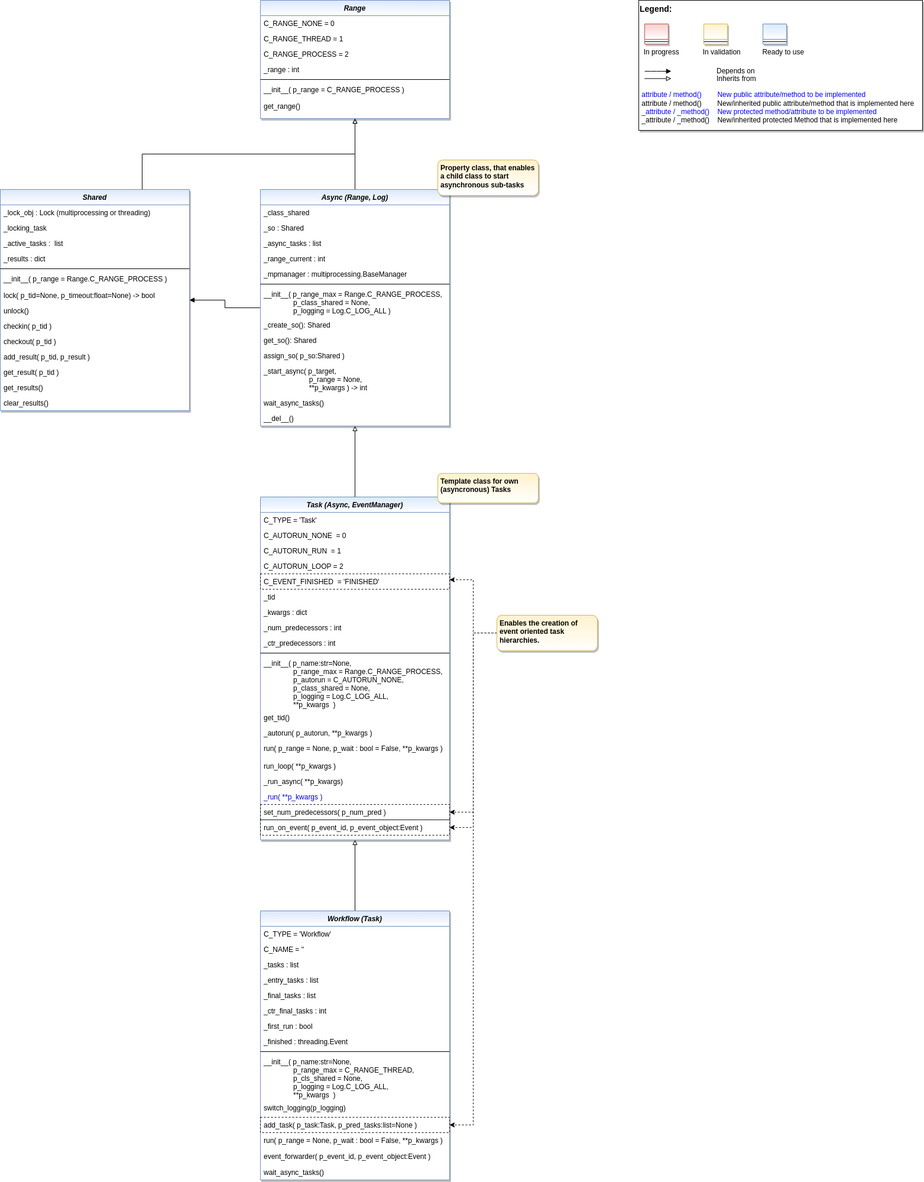
Earlier version of the draw.io export doc/rtd/content/append2/core/images/bf/MLPro-BF-MT_class_diagram.drawio.png (fhswf/MLPro). Source tidied: cells renumbered, new cells last; positions are measured from the earlier drawing's top-left corner, leaving out a move shared by most shapes.
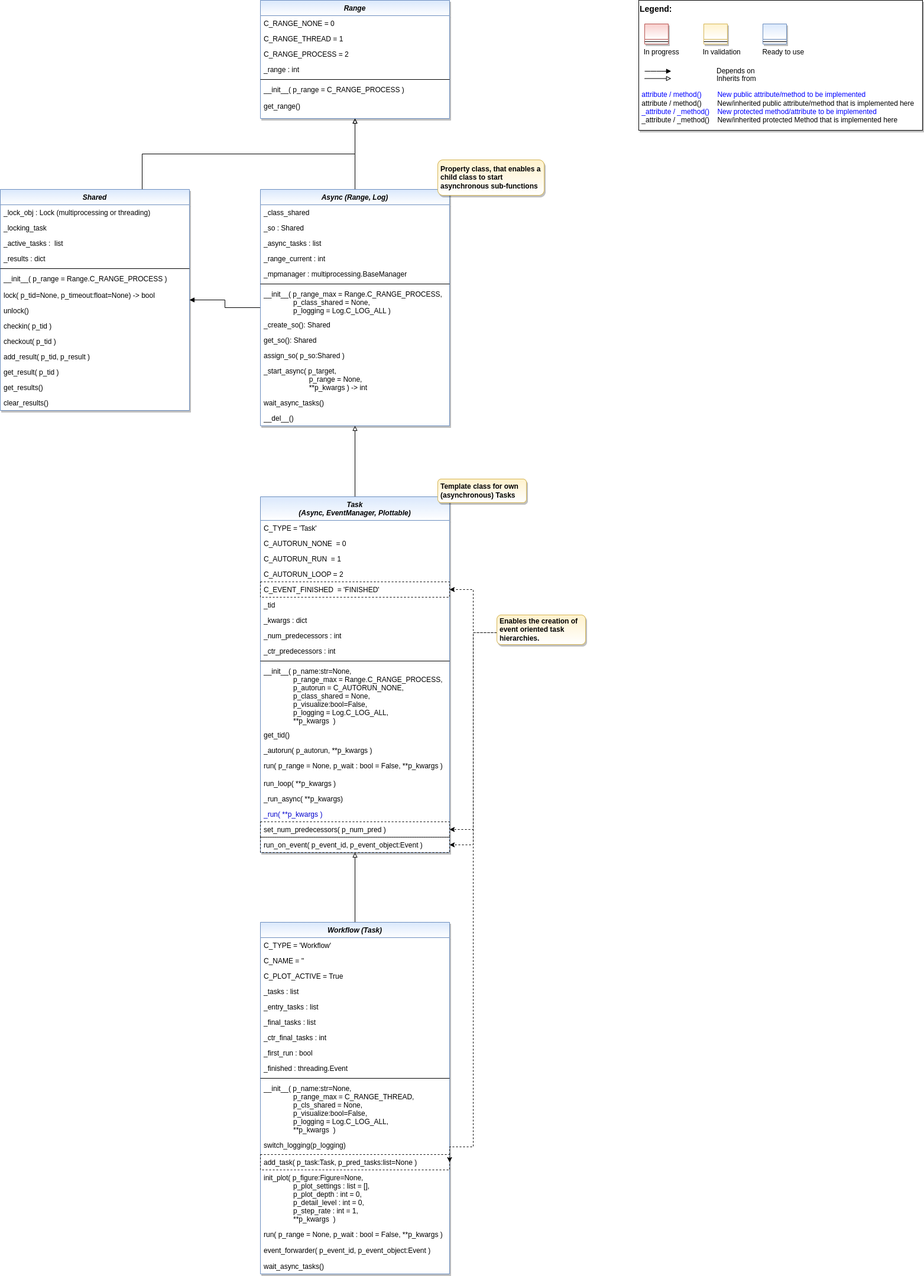
After the commit.

Commit message:
BF-Streams: Howto 001 - Stream-Tasks, -Workflows, -Scenarios #483 BF-Streams: New classes StreamTask, StreamWorkflow, StreamScenario #484

What changed in the source:
```diff
@@ -144,77 +144,77 @@
     <mxCell id="43" value="__del__()" style="text;align=left;verticalAlign=top;spacingLeft=4;spacingRight=4;overflow=hidden;fontColor=default;" parent="30" vertex="1">
       <mxGeometry y="374" width="320" height="26" as="geometry" />
     </mxCell>
-    <mxCell id="44" value="Property class, that enables a child class to start asynchronous sub-tasks" style="rounded=1;whiteSpace=wrap;html=1;fillColor=#fff2cc;strokeColor=#d6b656;shadow=1;gradientColor=#ffffff;fontStyle=1;align=left;verticalAlign=top;spacingRight=3;spacingLeft=3;" parent="1" vertex="1">
-      <mxGeometry x="740" y="270" width="170" height="60" as="geometry" />
+    <mxCell id="44" value="Property class, that enables a child class to start asynchronous sub-functions" style="rounded=1;whiteSpace=wrap;html=1;fillColor=#fff2cc;strokeColor=#d6b656;shadow=1;gradientColor=#ffffff;fontStyle=1;align=left;verticalAlign=middle;spacingRight=3;spacingLeft=3;" parent="1" vertex="1">
+      <mxGeometry x="740" y="270" width="180" height="60" as="geometry" />
     </mxCell>
     <mxCell id="45" style="edgeStyle=orthogonalEdgeStyle;rounded=0;jettySize=auto;html=1;fontColor=#0000CC;endArrow=block;endFill=0;" parent="1" edge="1" source="46" target="30">
       <mxGeometry relative="1" as="geometry" />
     </mxCell>
-    <mxCell id="46" value="Task (Async, EventManager)" style="swimlane;fontStyle=3;align=center;verticalAlign=top;horizontal=1;startSize=26;rounded=0;shadow=1;strokeWidth=1;fillColor=#dae8fc;strokeColor=#6c8ebf;glass=0;swimlaneFillColor=#ffffff;gradientColor=#FFFFFF;" parent="1" vertex="1">
-      <mxGeometry x="440" y="840" width="320" height="580" as="geometry" />
+    <mxCell id="46" value="Task &#10;(Async, EventManager, Plottable)" style="swimlane;fontStyle=3;align=center;verticalAlign=top;horizontal=1;startSize=40;rounded=0;shadow=1;strokeWidth=1;fillColor=#dae8fc;strokeColor=#6c8ebf;glass=0;swimlaneFillColor=#ffffff;gradientColor=#FFFFFF;" parent="1" vertex="1">
+      <mxGeometry x="440" y="840" width="320" height="602" as="geometry" />
     </mxCell>
     <mxCell id="47" value="C_TYPE = 'Task'" style="text;align=left;verticalAlign=top;spacingLeft=4;spacingRight=4;overflow=hidden;" parent="46" vertex="1">
-      <mxGeometry y="26" width="320" height="26" as="geometry" />
+      <mxGeometry y="40" width="320" height="26" as="geometry" />
     </mxCell>
     <mxCell id="48" value="C_AUTORUN_NONE  = 0" style="text;align=left;verticalAlign=top;spacingLeft=4;spacingRight=4;overflow=hidden;" parent="46" vertex="1">
-      <mxGeometry y="52" width="320" height="26" as="geometry" />
+      <mxGeometry y="66" width="320" height="26" as="geometry" />
     </mxCell>
     <mxCell id="49" value="C_AUTORUN_RUN  = 1" style="text;align=left;verticalAlign=top;spacingLeft=4;spacingRight=4;overflow=hidden;" parent="46" vertex="1">
-      <mxGeometry y="78" width="320" height="26" as="geometry" />
+      <mxGeometry y="92" width="320" height="26" as="geometry" />
     </mxCell>
     <mxCell id="50" value="C_AUTORUN_LOOP = 2" style="text;align=left;verticalAlign=top;spacingLeft=4;spacingRight=4;overflow=hidden;" parent="46" vertex="1">
-      <mxGeometry y="104" width="320" height="26" as="geometry" />
+      <mxGeometry y="118" width="320" height="26" as="geometry" />
     </mxCell>
     <mxCell id="51" value="C_EVENT_FINISHED  = 'FINISHED'" style="text;align=left;verticalAlign=top;spacingLeft=4;spacingRight=4;overflow=hidden;points=[[0,0.5],[1,0.5]];portConstraint=eastwest;strokeColor=default;dashed=1;" parent="46" vertex="1">
-      <mxGeometry y="130" width="320" height="26" as="geometry" />
+      <mxGeometry y="144" width="320" height="26" as="geometry" />
     </mxCell>
     <mxCell id="52" value="_tid" style="text;align=left;verticalAlign=top;spacingLeft=4;spacingRight=4;overflow=hidden;" parent="46" vertex="1">
-      <mxGeometry y="156" width="320" height="26" as="geometry" />
+      <mxGeometry y="170" width="320" height="26" as="geometry" />
     </mxCell>
     <mxCell id="53" value="_kwargs : dict" style="text;align=left;verticalAlign=top;spacingLeft=4;spacingRight=4;overflow=hidden;" parent="46" vertex="1">
-      <mxGeometry y="182" width="320" height="26" as="geometry" />
+      <mxGeometry y="196" width="320" height="26" as="geometry" />
     </mxCell>
     <mxCell id="54" value="_num_predecessors : int" style="text;align=left;verticalAlign=top;spacingLeft=4;spacingRight=4;overflow=hidden;" parent="46" vertex="1">
-      <mxGeometry y="208" width="320" height="26" as="geometry" />
+      <mxGeometry y="222" width="320" height="26" as="geometry" />
     </mxCell>
     <mxCell id="55" value="_ctr_predecessors : int" style="text;align=left;verticalAlign=top;spacingLeft=4;spacingRight=4;overflow=hidden;" parent="46" vertex="1">
-      <mxGeometry y="234" width="320" height="26" as="geometry" />
+      <mxGeometry y="248" width="320" height="26" as="geometry" />
     </mxCell>
     <mxCell id="56" style="line;html=1;strokeWidth=1;align=left;verticalAlign=middle;spacingTop=-1;spacingLeft=3;spacingRight=3;labelPosition=right;" parent="46" vertex="1">
-      <mxGeometry y="260" width="320" height="8" as="geometry" />
+      <mxGeometry y="274" width="320" height="8" as="geometry" />
     </mxCell>
-    <mxCell id="57" value="__init__( p_name:str=None, &#10;               p_range_max = Range.C_RANGE_PROCESS,&#10;               p_autorun = C_AUTORUN_NONE,&#10;               p_class_shared = None,&#10;               p_logging = Log.C_LOG_ALL,&#10;               **p_kwargs  )" style="text;align=left;verticalAlign=top;spacingLeft=4;spacingRight=4;overflow=hidden;fontColor=default;" parent="46" vertex="1">
-      <mxGeometry y="268" width="320" height="92" as="geometry" />
+    <mxCell id="57" value="__init__( p_name:str=None, &#10;               p_range_max = Range.C_RANGE_PROCESS,&#10;               p_autorun = C_AUTORUN_NONE,&#10;               p_class_shared = None,&#10;               p_visualize:bool=False,&#10;               p_logging = Log.C_LOG_ALL,&#10;               **p_kwargs  )" style="text;align=left;verticalAlign=top;spacingLeft=4;spacingRight=4;overflow=hidden;fontColor=default;" parent="46" vertex="1">
+      <mxGeometry y="282" width="320" height="108" as="geometry" />
     </mxCell>
     <mxCell id="58" value="get_tid()" style="text;align=left;verticalAlign=top;spacingLeft=4;spacingRight=4;overflow=hidden;fontColor=default;" parent="46" vertex="1">
-      <mxGeometry y="360" width="320" height="26" as="geometry" />
+      <mxGeometry y="390" width="320" height="26" as="geometry" />
     </mxCell>
     <mxCell id="59" value="_autorun( p_autorun, **p_kwargs )" style="text;align=left;verticalAlign=top;spacingLeft=4;spacingRight=4;overflow=hidden;fontColor=default;" parent="46" vertex="1">
-      <mxGeometry y="386" width="320" height="26" as="geometry" />
+      <mxGeometry y="416" width="320" height="26" as="geometry" />
     </mxCell>
     <mxCell id="60" value="run( p_range = None, p_wait : bool = False, **p_kwargs )" style="text;align=left;verticalAlign=top;spacingLeft=4;spacingRight=4;overflow=hidden;fontColor=default;" parent="46" vertex="1">
-      <mxGeometry y="412" width="320" height="30" as="geometry" />
+      <mxGeometry y="442" width="320" height="30" as="geometry" />
     </mxCell>
     <mxCell id="61" value="run_loop( **p_kwargs )" style="text;align=left;verticalAlign=top;spacingLeft=4;spacingRight=4;overflow=hidden;fontColor=default;" parent="46" vertex="1">
-      <mxGeometry y="442" width="320" height="26" as="geometry" />
+      <mxGeometry y="472" width="320" height="26" as="geometry" />
     </mxCell>
     <mxCell id="62" value="_run_async( **p_kwargs)" style="text;align=left;verticalAlign=top;spacingLeft=4;spacingRight=4;overflow=hidden;fontColor=default;" parent="46" vertex="1">
-      <mxGeometry y="468" width="320" height="26" as="geometry" />
+      <mxGeometry y="498" width="320" height="26" as="geometry" />
     </mxCell>
     <mxCell id="63" value="_run( **p_kwargs )" style="text;align=left;verticalAlign=top;spacingLeft=4;spacingRight=4;overflow=hidden;fontColor=#0000CC;" parent="46" vertex="1">
-      <mxGeometry y="494" width="320" height="26" as="geometry" />
+      <mxGeometry y="524" width="320" height="26" as="geometry" />
     </mxCell>
     <mxCell id="64" value="set_num_predecessors( p_num_pred )" style="text;align=left;verticalAlign=top;spacingLeft=4;spacingRight=4;overflow=hidden;points=[[0,0.5],[1,0.5]];portConstraint=eastwest;fontColor=default;labelBorderColor=none;strokeColor=default;dashed=1;" parent="46" vertex="1">
-      <mxGeometry y="520" width="320" height="26" as="geometry" />
+      <mxGeometry y="550" width="320" height="26" as="geometry" />
     </mxCell>
     <mxCell id="65" value="run_on_event( p_event_id, p_event_object:Event )" style="text;align=left;verticalAlign=top;spacingLeft=4;spacingRight=4;overflow=hidden;points=[[0,0.5],[1,0.5]];portConstraint=eastwest;fontColor=default;labelBorderColor=none;strokeColor=default;dashed=1;" parent="46" vertex="1">
-      <mxGeometry y="546" width="320" height="26" as="geometry" />
+      <mxGeometry y="576" width="320" height="26" as="geometry" />
     </mxCell>
     <mxCell id="66" style="edgeStyle=orthogonalEdgeStyle;rounded=0;jettySize=auto;html=1;fontColor=#0000CC;endArrow=block;endFill=0;" parent="1" edge="1" source="67" target="46">
       <mxGeometry relative="1" as="geometry" />
     </mxCell>
     <mxCell id="67" value="Workflow (Task)" style="swimlane;fontStyle=3;align=center;verticalAlign=top;horizontal=1;startSize=26;rounded=0;shadow=1;strokeWidth=1;fillColor=#dae8fc;strokeColor=#6c8ebf;glass=0;swimlaneFillColor=#ffffff;gradientColor=#FFFFFF;" parent="1" vertex="1">
-      <mxGeometry x="440" y="1540" width="320" height="455" as="geometry" />
+      <mxGeometry x="440" y="1560" width="320" height="595" as="geometry" />
     </mxCell>
     <mxCell id="68" value="C_TYPE = 'Workflow'" style="text;align=left;verticalAlign=top;spacingLeft=4;spacingRight=4;overflow=hidden;" parent="67" vertex="1">
       <mxGeometry y="26" width="320" height="26" as="geometry" />
@@ -222,58 +222,66 @@
     <mxCell id="69" value="C_NAME = ''" style="text;align=left;verticalAlign=top;spacingLeft=4;spacingRight=4;overflow=hidden;" parent="67" vertex="1">
       <mxGeometry y="52" width="320" height="26" as="geometry" />
     </mxCell>
+    <mxCell id="97" value="C_PLOT_ACTIVE = True" style="text;align=left;verticalAlign=top;spacingLeft=4;spacingRight=4;overflow=hidden;" parent="67" vertex="1">
+      <mxGeometry y="78" width="320" height="26" as="geometry" />
+    </mxCell>
     <mxCell id="70" value="_tasks : list" style="text;align=left;verticalAlign=top;spacingLeft=4;spacingRight=4;overflow=hidden;" parent="67" vertex="1">
-      <mxGeometry y="78" width="320" height="26" as="geometry" />
+      <mxGeometry y="104" width="320" height="26" as="geometry" />
     </mxCell>
     <mxCell id="71" value="_entry_tasks : list" style="text;align=left;verticalAlign=top;spacingLeft=4;spacingRight=4;overflow=hidden;" parent="67" vertex="1">
-      <mxGeometry y="104" width="320" height="26" as="geometry" />
+      <mxGeometry y="130" width="320" height="26" as="geometry" />
     </mxCell>
     <mxCell id="72" value="_final_tasks : list" style="text;align=left;verticalAlign=top;spacingLeft=4;spacingRight=4;overflow=hidden;" parent="67" vertex="1">
-      <mxGeometry y="130" width="320" height="26" as="geometry" />
+      <mxGeometry y="156" width="320" height="26" as="geometry" />
     </mxCell>
     <mxCell id="73" value="_ctr_final_tasks : int" style="text;align=left;verticalAlign=top;spacingLeft=4;spacingRight=4;overflow=hidden;" parent="67" vertex="1">
-      <mxGeometry y="156" width="320" height="26" as="geometry" />
+      <mxGeometry y="182" width="320" height="26" as="geometry" />
     </mxCell>
     <mxCell id="74" value="_first_run : bool" style="text;align=left;verticalAlign=top;spacingLeft=4;spacingRight=4;overflow=hidden;" parent="67" vertex="1">
-      <mxGeometry y="182" width="320" height="26" as="geometry" />
+      <mxGeometry y="208" width="320" height="26" as="geometry" />
     </mxCell>
     <mxCell id="75" value="_finished : threading.Event" style="text;align=left;verticalAlign=top;spacingLeft=4;spacingRight=4;overflow=hidden;" parent="67" vertex="1">
-      <mxGeometry y="208" width="320" height="26" as="geometry" />
+      <mxGeometry y="234" width="320" height="26" as="geometry" />
     </mxCell>
     <mxCell id="76" style="line;html=1;strokeWidth=1;align=left;verticalAlign=middle;spacingTop=-1;spacingLeft=3;spacingRight=3;labelPosition=right;" parent="67" vertex="1">
-      <mxGeometry y="234" width="320" height="8" as="geometry" />
+      <mxGeometry y="260" width="320" height="8" as="geometry" />
     </mxCell>
-    <mxCell id="77" value="__init__( p_name:str=None,&#10;               p_range_max = C_RANGE_THREAD,&#10;               p_cls_shared = None,&#10;               p_logging = Log.C_LOG_ALL,&#10;               **p_kwargs  )" style="text;align=left;verticalAlign=top;spacingLeft=4;spacingRight=4;overflow=hidden;fontColor=default;" parent="67" vertex="1">
-      <mxGeometry y="242" width="320" height="78" as="geometry" />
+    <mxCell id="77" value="__init__( p_name:str=None,&#10;               p_range_max = C_RANGE_THREAD,&#10;               p_cls_shared = None,&#10;               p_visualize:bool=False,&#10;               p_logging = Log.C_LOG_ALL,&#10;               **p_kwargs  )" style="text;align=left;verticalAlign=top;spacingLeft=4;spacingRight=4;overflow=hidden;fontColor=default;" parent="67" vertex="1">
+      <mxGeometry y="268" width="320" height="96" as="geometry" />
     </mxCell>
     <mxCell id="78" value="switch_logging(p_logging)" style="text;align=left;verticalAlign=top;spacingLeft=4;spacingRight=4;overflow=hidden;fontColor=default;" parent="67" vertex="1">
-      <mxGeometry y="320" width="320" height="29" as="geometry" />
+      <mxGeometry y="364" width="320" height="29" as="geometry" />
     </mxCell>
     <mxCell id="79" value="add_task( p_task:Task, p_pred_tasks:list=None )" style="text;align=left;verticalAlign=top;spacingLeft=4;spacingRight=4;overflow=hidden;points=[[0,0.5],[1,0.5]];portConstraint=eastwest;fontColor=default;strokeColor=default;dashed=1;" parent="67" vertex="1">
-      <mxGeometry y="349" width="320" height="26" as="geometry" />
+      <mxGeometry y="393" width="320" height="26" as="geometry" />
     </mxCell>
+    <mxCell id="98" value="init_plot( p_figure:Figure=None, &#10;               p_plot_settings : list = [],&#10;               p_plot_depth : int = 0,&#10;               p_detail_level : int = 0,&#10;               p_step_rate : int = 1,&#10;               **p_kwargs  )" style="text;align=left;verticalAlign=top;spacingLeft=4;spacingRight=4;overflow=hidden;fontColor=default;" parent="67" vertex="1">
+      <mxGeometry y="419" width="320" height="96" as="geometry" />
+    </mxCell>
     <mxCell id="80" value="run( p_range = None, p_wait : bool = False, **p_kwargs )" style="text;align=left;verticalAlign=top;spacingLeft=4;spacingRight=4;overflow=hidden;fontColor=default;" parent="67" vertex="1">
-      <mxGeometry y="375" width="320" height="27" as="geometry" />
+      <mxGeometry y="515" width="320" height="27" as="geometry" />
     </mxCell>
     <mxCell id="81" value="event_forwarder( p_event_id, p_event_object:Event )" style="text;align=left;verticalAlign=top;spacingLeft=4;spacingRight=4;overflow=hidden;fontColor=default;" parent="67" vertex="1">
-      <mxGeometry y="402" width="320" height="27" as="geometry" />
+      <mxGeometry y="542" width="320" height="27" as="geometry" />
     </mxCell>
     <mxCell id="82" value="wait_async_tasks()" style="text;align=left;verticalAlign=top;spacingLeft=4;spacingRight=4;overflow=hidden;fontColor=default;" parent="67" vertex="1">
-      <mxGeometry y="429" width="320" height="26" as="geometry" />
+      <mxGeometry y="569" width="320" height="26" as="geometry" />
     </mxCell>
     <mxCell id="83" style="edgeStyle=orthogonalEdgeStyle;rounded=0;jettySize=auto;html=1;fontColor=#FF0000;exitX=0;exitY=0.5;exitDx=0;exitDy=0;dashed=1;entryX=1;entryY=0.5;entryDx=0;entryDy=0;" parent="1" edge="1" source="87" target="65">
       <mxGeometry relative="1" as="geometry">
         <Array as="points">
+          <mxPoint x="840" y="1070" />
           <mxPoint x="800" y="1070" />
-          <mxPoint x="800" y="1399" />
+          <mxPoint x="800" y="1429" />
         </Array>
       </mxGeometry>
     </mxCell>
     <mxCell id="84" style="edgeStyle=orthogonalEdgeStyle;rounded=0;jettySize=auto;html=1;fontColor=#FF0000;exitX=0;exitY=0.5;exitDx=0;exitDy=0;dashed=1;" parent="1" edge="1" source="87" target="51">
       <mxGeometry relative="1" as="geometry">
         <Array as="points">
+          <mxPoint x="840" y="1070" />
           <mxPoint x="800" y="1070" />
-          <mxPoint x="800" y="980" />
+          <mxPoint x="800" y="997" />
         </Array>
       </mxGeometry>
     </mxCell>
@@ -281,7 +289,7 @@
       <mxGeometry relative="1" as="geometry">
         <Array as="points">
           <mxPoint x="800" y="1070" />
-          <mxPoint x="800" y="1902" />
+          <mxPoint x="800" y="1940" />
         </Array>
       </mxGeometry>
     </mxCell>
@@ -289,12 +297,12 @@
       <mxGeometry relative="1" as="geometry">
         <Array as="points">
           <mxPoint x="800" y="1070" />
-          <mxPoint x="800" y="1373" />
+          <mxPoint x="800" y="1403" />
         </Array>
       </mxGeometry>
     </mxCell>
-    <mxCell id="87" value="Enables the creation of event oriented task hierarchies." style="rounded=1;whiteSpace=wrap;html=1;fillColor=#fff2cc;strokeColor=#d6b656;shadow=1;gradientColor=#ffffff;fontStyle=1;align=left;verticalAlign=top;spacingRight=3;spacingLeft=3;" parent="1" vertex="1">
-      <mxGeometry x="840" y="1040" width="170" height="60" as="geometry" />
+    <mxCell id="87" value="Enables the creation of event oriented task hierarchies." style="rounded=1;whiteSpace=wrap;html=1;fillColor=#fff2cc;strokeColor=#d6b656;shadow=1;gradientColor=#ffffff;fontStyle=1;align=left;verticalAlign=middle;spacingRight=3;spacingLeft=3;" parent="1" vertex="1">
+      <mxGeometry x="840" y="1040" width="150" height="50" as="geometry" />
     </mxCell>
     <mxCell id="88" value="Range" style="swimlane;fontStyle=3;align=center;verticalAlign=top;horizontal=1;startSize=26;rounded=0;shadow=1;strokeWidth=1;fillColor=#dae8fc;strokeColor=#6c8ebf;glass=0;swimlaneFillColor=#ffffff;gradientColor=#FFFFFF;" parent="1" vertex="1">
       <mxGeometry x="440" width="320" height="200" as="geometry" />
@@ -320,8 +328,8 @@
     <mxCell id="95" value="get_range()" style="text;align=left;verticalAlign=top;spacingLeft=4;spacingRight=4;overflow=hidden;fontColor=default;" parent="88" vertex="1">
       <mxGeometry y="166" width="320" height="34" as="geometry" />
     </mxCell>
-    <mxCell id="96" value="Template class for own (asyncronous) Tasks" style="rounded=1;whiteSpace=wrap;html=1;fillColor=#fff2cc;strokeColor=#d6b656;shadow=1;gradientColor=#ffffff;fontStyle=1;align=left;verticalAlign=top;spacingRight=3;spacingLeft=3;" parent="1" vertex="1">
-      <mxGeometry x="740" y="800" width="170" height="50" as="geometry" />
+    <mxCell id="96" value="Template class for own (asynchronous) Tasks" style="rounded=1;whiteSpace=wrap;html=1;fillColor=#fff2cc;strokeColor=#d6b656;shadow=1;gradientColor=#ffffff;fontStyle=1;align=left;verticalAlign=middle;spacingRight=3;spacingLeft=3;" parent="1" vertex="1">
+      <mxGeometry x="740" y="810" width="150" height="40" as="geometry" />
     </mxCell>
   </root>
 </mxGraphModel>
```
